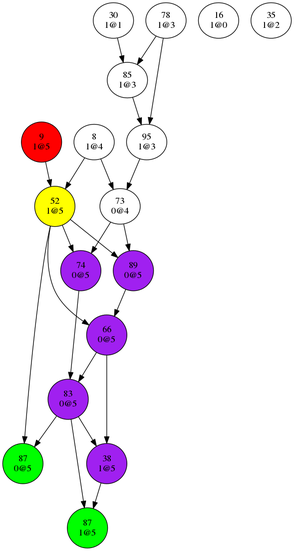
Oxmose/SATSolver keeps this Graphviz diagram as dev/bin/conflictGraph0.png. Above is the earlier version. Its source is kept beside it as dev/bin/conflictGraph0.dot. Source of this version:
```dot
digraph {
"8
1@4"->"52
1@5";
"8
1@4"->"73
0@4";
"9
1@5"->"52
1@5";
"16
1@0";
"30
1@1"->"85
1@3";
"35
1@2";
"38
1@5"->"87
1@5";
"52
1@5"->"66
0@5";
"52
1@5"->"74
0@5";
"52
1@5"->"87
0@5";
"52
1@5"->"89
0@5";
"66
0@5"->"38
1@5";
"66
0@5"->"83
0@5";
"73
0@4"->"74
0@5";
"73
0@4"->"89
0@5";
"74
0@5"->"83
0@5";
"78
1@3"->"85
1@3";
"78
1@3"->"95
1@3";
"83
0@5"->"38
1@5";
"83
0@5"->"87
0@5";
"83
0@5"->"87
1@5";
"85
1@3"->"95
1@3";
"87
0@5";
"87
1@5";
"89
0@5"->"66
0@5";
"95
1@3"->"73
0@4";
"9
1@5"[shape=circle, style=filled, fillcolor=red];
"38
1@5"[shape=circle, style=filled, fillcolor=purple];
"52
1@5"[shape=circle, style=filled, fillcolor=yellow];
"66
0@5"[shape=circle, style=filled, fillcolor=purple];
"74
0@5"[shape=circle, style=filled, fillcolor=purple];
"83
0@5"[shape=circle, style=filled, fillcolor=purple];
"87
0@5"[shape=circle, style=filled, fillcolor=green];
"87
1@5"[shape=circle, style=filled, fillcolor=green];
"89
0@5"[shape=circle, style=filled, fillcolor=purple];
}
```
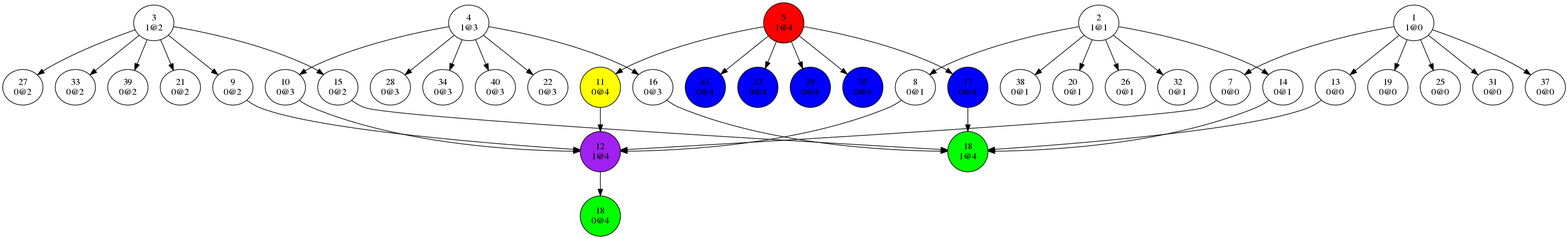
Above is the later version.

What changed in the source:
```diff
@@ -1,94 +1,189 @@
 digraph {
+"1
+1@0"->"7
+0@0";
+"1
+1@0"->"13
+0@0";
+"1
+1@0"->"19
+0@0";
+"1
+1@0"->"25
+0@0";
+"1
+1@0"->"31
+0@0";
+"1
+1@0"->"37
+0@0";
+"2
+1@1"->"8
+0@1";
+"2
+1@1"->"14
+0@1";
+"2
+1@1"->"20
+0@1";
+"2
+1@1"->"26
+0@1";
+"2
+1@1"->"32
+0@1";
+"2
+1@1"->"38
+0@1";
+"3
+1@2"->"9
+0@2";
+"3
+1@2"->"15
+0@2";
+"3
+1@2"->"21
+0@2";
+"3
+1@2"->"27
+0@2";
+"3
+1@2"->"33
+0@2";
+"3
+1@2"->"39
+0@2";
+"4
+1@3"->"10
+0@3";
+"4
+1@3"->"16
+0@3";
+"4
+1@3"->"22
+0@3";
+"4
+1@3"->"28
+0@3";
+"4
+1@3"->"34
+0@3";
+"4
+1@3"->"40
+0@3";
+"5
+1@4"->"11
+0@4";
+"5
+1@4"->"17
+0@4";
+"5
+1@4"->"23
+0@4";
+"5
+1@4"->"29
+0@4";
+"5
+1@4"->"35
+0@4";
+"5
+1@4"->"41
+0@4";
+"7
+0@0"->"12
+1@4";
 "8
-1@4"->"52
-1@5";
-"8
-1@4"->"73
+0@1"->"12
+1@4";
+"9
+0@2"->"12
+1@4";
+"10
+0@3"->"12
+1@4";
+"11
+0@4"->"12
+1@4";
+"12
+1@4"->"18
 0@4";
-"9
-1@5"->"52
-1@5";
+"13
+0@0"->"18
+1@4";
+"14
+0@1"->"18
+1@4";
+"15
+0@2"->"18
+1@4";
 "16
-1@0";
-"30
-1@1"->"85
-1@3";
+0@3"->"18
+1@4";
+"17
+0@4"->"18
+1@4";
+"18
+0@4";
+"18
+1@4";
+"19
+0@0";
+"20
+0@1";
+"21
+0@2";
+"22
+0@3";
+"23
+0@4";
+"25
+0@0";
+"26
+0@1";
+"27
+0@2";
+"28
+0@3";
+"29
+0@4";
+"31
+0@0";
+"32
+0@1";
+"33
+0@2";
+"34
+0@3";
 "35
-1@2";
+0@4";
+"37
+0@0";
 "38
-1@5"->"87
-1@5";
-"52
-1@5"->"66
-0@5";
-"52
-1@5"->"74
-0@5";
-"52
-1@5"->"87
-0@5";
-"52
-1@5"->"89
-0@5";
-"66
-0@5"->"38
-1@5";
-"66
-0@5"->"83
-0@5";
-"73
-0@4"->"74
-0@5";
-"73
-0@4"->"89
-0@5";
-"74
-0@5"->"83
-0@5";
-"78
-1@3"->"85
-1@3";
-"78
-1@3"->"95
-1@3";
-"83
-0@5"->"38
-1@5";
-"83
-0@5"->"87
-0@5";
-"83
-0@5"->"87
-1@5";
-"85
-1@3"->"95
-1@3";
-"87
-0@5";
-"87
-1@5";
-"89
-0@5"->"66
-0@5";
-"95
-1@3"->"73
+0@1";
+"39
+0@2";
+"40
+0@3";
+"41
 0@4";
-"9
-1@5"[shape=circle, style=filled, fillcolor=red];
-"38
-1@5"[shape=circle, style=filled, fillcolor=purple];
-"52
-1@5"[shape=circle, style=filled, fillcolor=yellow];
-"66
-0@5"[shape=circle, style=filled, fillcolor=purple];
-"74
-0@5"[shape=circle, style=filled, fillcolor=purple];
-"83
-0@5"[shape=circle, style=filled, fillcolor=purple];
-"87
-0@5"[shape=circle, style=filled, fillcolor=green];
-"87
-1@5"[shape=circle, style=filled, fillcolor=green];
-"89
-0@5"[shape=circle, style=filled, fillcolor=purple];
+"5
+1@4"[shape=circle, style=filled, fillcolor=red];
+"11
+0@4"[shape=circle, style=filled, fillcolor=yellow];
+"12
+1@4"[shape=circle, style=filled, fillcolor=purple];
+"17
+0@4"[shape=circle, style=filled, fillcolor=blue];
+"18
+0@4"[shape=circle, style=filled, fillcolor=green];
+"18
+1@4"[shape=circle, style=filled, fillcolor=green];
+"23
+0@4"[shape=circle, style=filled, fillcolor=blue];
+"29
+0@4"[shape=circle, style=filled, fillcolor=blue];
+"35
+0@4"[shape=circle, style=filled, fillcolor=blue];
+"41
+0@4"[shape=circle, style=filled, fillcolor=blue];
 }
```
